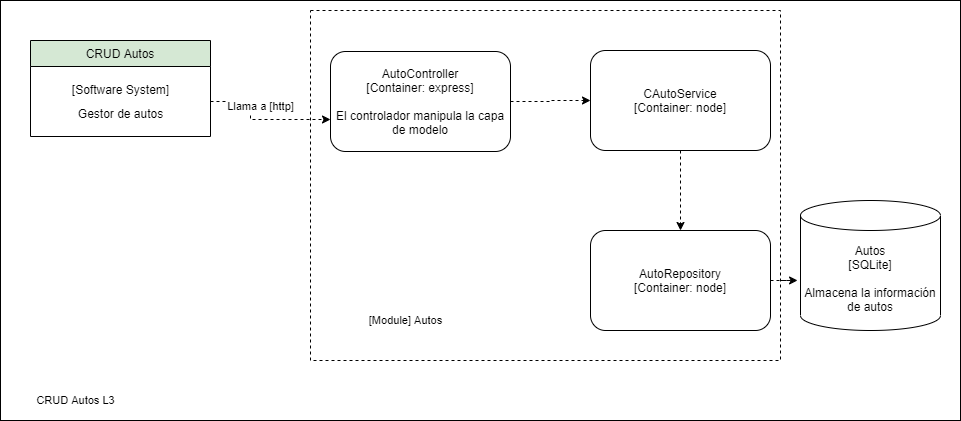
Earlier version of the draw.io export crud-autosL3.png (Ja-boop/crud-autos). Source tidied: cells renumbered, new cells last; positions are measured from the earlier drawing's top-left corner, leaving out a move shared by most shapes.
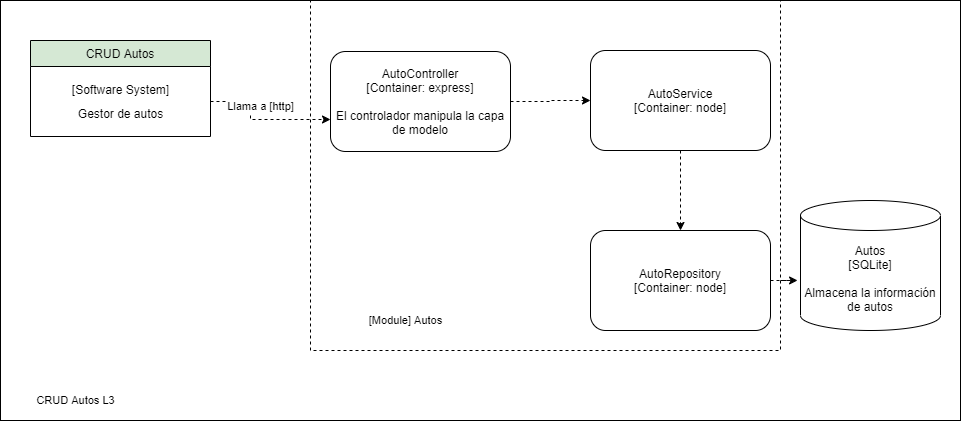
Above is the later version.

The edit, as a diff of the source:
```diff
@@ -17,7 +17,7 @@
     <mxCell id="6" style="edgeStyle=orthogonalEdgeStyle;rounded=0;jettySize=auto;html=1;dashed=1;fontSize=11;" parent="1" edge="1" source="7" target="9">
       <mxGeometry relative="1" as="geometry" />
     </mxCell>
-    <mxCell id="7" value="CAutoService&lt;br&gt;[Container: node]&lt;br&gt;" style="rounded=1;whiteSpace=wrap;html=1;" parent="1" vertex="1">
+    <mxCell id="7" value="AutoService&lt;br&gt;[Container: node]" style="rounded=1;whiteSpace=wrap;html=1;" parent="1" vertex="1">
       <mxGeometry x="590" y="50" width="180" height="100" as="geometry" />
     </mxCell>
     <mxCell id="8" style="edgeStyle=orthogonalEdgeStyle;rounded=0;jettySize=auto;html=1;entryX=-0.021;entryY=0.615;entryDx=0;entryDy=0;entryPerimeter=0;dashed=1;fontSize=11;" parent="1" edge="1" source="9" target="10">
@@ -46,7 +46,7 @@
       <mxGeometry x="360" y="310" width="90" height="20" as="geometry" />
     </mxCell>
     <mxCell id="14" style="rounded=0;whiteSpace=wrap;html=1;dashed=1;fillColor=none;fontSize=11;" parent="1" vertex="1">
-      <mxGeometry x="310" y="10" width="470" height="350" as="geometry" />
+      <mxGeometry x="310" width="470" height="350" as="geometry" />
     </mxCell>
     <mxCell id="15" value="CRUD Autos L3" style="text;html=1;align=center;verticalAlign=middle;fontSize=11;" parent="1" vertex="1">
       <mxGeometry x="30" y="390" width="90" height="20" as="geometry" />
```
